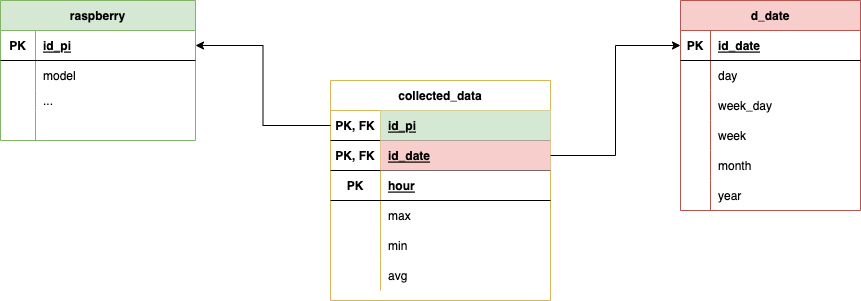
pedro-carmine/network-monitoring-raspberry keeps this draw.io diagram as database/star_schema.png. Above is the earlier version. Source tidied: cells renumbered, new cells last; positions are measured from the earlier drawing's top-left corner, leaving out a move shared by most shapes.
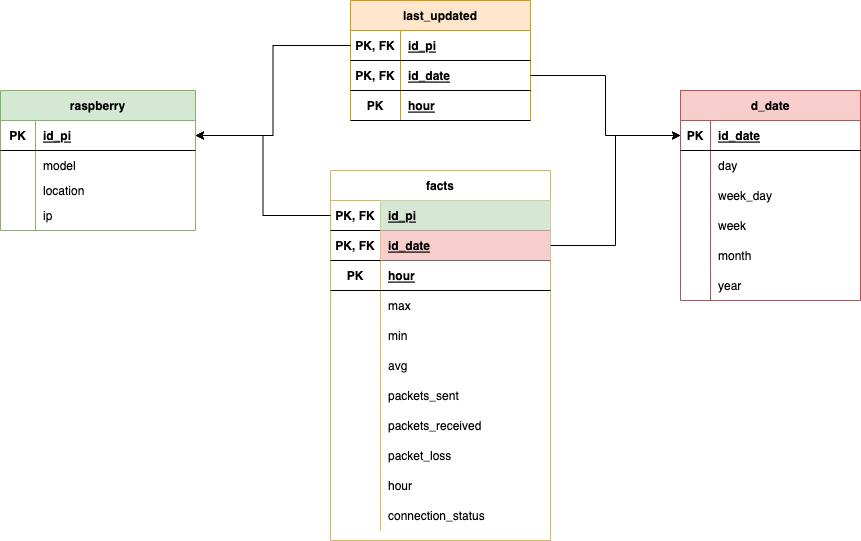
The same file after the commit.

Commit message:
updated database schema drawing

The edit, as a diff of the source:
```diff
@@ -17,9 +17,9 @@
     <mxCell id="6" style="shape=tableRow;horizontal=0;startSize=0;swimlaneHead=0;swimlaneBody=0;fillColor=none;top=0;left=0;right=0;bottom=0;" parent="2" vertex="1">
       <mxGeometry y="60" width="195" height="30" as="geometry" />
     </mxCell>
-    <mxCell id="7" style="shape=partialRectangle;fillColor=none;top=0;left=0;bottom=0;right=0;overflow=hidden;" parent="6" vertex="1">
-      <mxGeometry width="35" height="30" as="geometry" />
-    </mxCell>
+    <mxCell id="55" style="shape=partialRectangle;fillColor=none;top=0;left=0;bottom=0;right=0;overflow=hidden;" parent="6" vertex="1">
+      <mxGeometry width="35" height="30" as="geometry" />
+    </mxCell>
     <mxCell id="8" value="model" style="shape=partialRectangle;fillColor=none;top=0;left=0;bottom=0;right=0;align=left;spacingLeft=6;overflow=hidden;" parent="6" vertex="1">
       <mxGeometry x="35" width="160" height="30" as="geometry" />
     </mxCell>
@@ -29,18 +29,18 @@
     <mxCell id="10" style="shape=partialRectangle;fillColor=none;top=0;left=0;bottom=0;right=0;overflow=hidden;" parent="9" vertex="1">
       <mxGeometry width="35" height="20" as="geometry" />
     </mxCell>
-    <mxCell id="11" value="..." style="shape=partialRectangle;fillColor=none;top=0;left=0;bottom=0;right=0;align=left;spacingLeft=6;overflow=hidden;" parent="9" vertex="1">
-      <mxGeometry x="35" width="160" height="20" as="geometry" />
-    </mxCell>
+    <mxCell id="56" value="location" style="shape=partialRectangle;fillColor=none;top=0;left=0;bottom=0;right=0;align=left;spacingLeft=6;overflow=hidden;" parent="9" vertex="1">
+      <mxGeometry x="35" width="160" height="20" as="geometry" />
+    </mxCell>
     <mxCell id="12" style="shape=tableRow;horizontal=0;startSize=0;swimlaneHead=0;swimlaneBody=0;fillColor=none;top=0;left=0;right=0;bottom=0;" parent="2" vertex="1">
       <mxGeometry y="110" width="195" height="30" as="geometry" />
     </mxCell>
-    <mxCell id="13" style="shape=partialRectangle;fillColor=none;top=0;left=0;bottom=0;right=0;overflow=hidden;" parent="12" vertex="1">
-      <mxGeometry width="35" height="30" as="geometry" />
-    </mxCell>
-    <mxCell id="14" style="shape=partialRectangle;fillColor=none;top=0;left=0;bottom=0;right=0;align=left;spacingLeft=6;overflow=hidden;" parent="12" vertex="1">
-      <mxGeometry x="35" width="160" height="30" as="geometry" />
-    </mxCell>
+    <mxCell id="57" style="shape=partialRectangle;fillColor=none;top=0;left=0;bottom=0;right=0;overflow=hidden;" parent="12" vertex="1">
+      <mxGeometry width="35" height="30" as="geometry" />
+    </mxCell>
+    <mxCell id="58" value="ip" style="shape=partialRectangle;fillColor=none;top=0;left=0;bottom=0;right=0;align=left;spacingLeft=6;overflow=hidden;" parent="12" vertex="1">
+      <mxGeometry x="35" width="160" height="30" as="geometry" />
+    </mxCell>
     <mxCell id="15" value="d_date" style="shape=table;startSize=30;rowLines=0;fontStyle=1;align=center;fillColor=#f8cecc;strokeColor=#b85450;shadow=0;rounded=0;sketch=0;" parent="1" vertex="1">
       <mxGeometry x="680" width="180" height="210" as="geometry" />
     </mxCell>
@@ -56,70 +56,70 @@
     <mxCell id="19" style="shape=tableRow;horizontal=0;startSize=0;swimlaneHead=0;swimlaneBody=0;fillColor=none;top=0;left=0;right=0;bottom=0;" parent="15" vertex="1">
       <mxGeometry y="60" width="180" height="30" as="geometry" />
     </mxCell>
-    <mxCell id="20" style="shape=partialRectangle;fillColor=none;top=0;left=0;bottom=0;right=0;overflow=hidden;" parent="19" vertex="1">
-      <mxGeometry width="30" height="30" as="geometry" />
-    </mxCell>
+    <mxCell id="59" style="shape=partialRectangle;fillColor=none;top=0;left=0;bottom=0;right=0;overflow=hidden;" parent="19" vertex="1">
+      <mxGeometry width="30" height="30" as="geometry" />
+    </mxCell>
     <mxCell id="21" value="day" style="shape=partialRectangle;fillColor=none;top=0;left=0;bottom=0;right=0;align=left;spacingLeft=6;overflow=hidden;" parent="19" vertex="1">
       <mxGeometry x="30" width="150" height="30" as="geometry" />
     </mxCell>
     <mxCell id="22" style="shape=tableRow;horizontal=0;startSize=0;swimlaneHead=0;swimlaneBody=0;fillColor=none;top=0;left=0;right=0;bottom=0;" parent="15" vertex="1">
       <mxGeometry y="90" width="180" height="30" as="geometry" />
     </mxCell>
-    <mxCell id="23" style="shape=partialRectangle;fillColor=none;top=0;left=0;bottom=0;right=0;overflow=hidden;" parent="22" vertex="1">
-      <mxGeometry width="30" height="30" as="geometry" />
-    </mxCell>
+    <mxCell id="60" style="shape=partialRectangle;fillColor=none;top=0;left=0;bottom=0;right=0;overflow=hidden;" parent="22" vertex="1">
+      <mxGeometry width="30" height="30" as="geometry" />
+    </mxCell>
     <mxCell id="24" value="week_day" style="shape=partialRectangle;fillColor=none;top=0;left=0;bottom=0;right=0;align=left;spacingLeft=6;overflow=hidden;strokeColor=#d6b656;" parent="22" vertex="1">
       <mxGeometry x="30" width="150" height="30" as="geometry" />
     </mxCell>
     <mxCell id="25" style="shape=tableRow;horizontal=0;startSize=0;swimlaneHead=0;swimlaneBody=0;fillColor=none;top=0;left=0;right=0;bottom=0;" parent="15" vertex="1">
       <mxGeometry y="120" width="180" height="30" as="geometry" />
     </mxCell>
-    <mxCell id="26" style="shape=partialRectangle;fillColor=none;top=0;left=0;bottom=0;right=0;overflow=hidden;" parent="25" vertex="1">
-      <mxGeometry width="30" height="30" as="geometry" />
-    </mxCell>
+    <mxCell id="61" style="shape=partialRectangle;fillColor=none;top=0;left=0;bottom=0;right=0;overflow=hidden;" parent="25" vertex="1">
+      <mxGeometry width="30" height="30" as="geometry" />
+    </mxCell>
     <mxCell id="27" value="week" style="shape=partialRectangle;fillColor=none;top=0;left=0;bottom=0;right=0;align=left;spacingLeft=6;overflow=hidden;" parent="25" vertex="1">
       <mxGeometry x="30" width="150" height="30" as="geometry" />
     </mxCell>
     <mxCell id="28" style="shape=tableRow;horizontal=0;startSize=0;swimlaneHead=0;swimlaneBody=0;fillColor=none;top=0;left=0;right=0;bottom=0;" parent="15" vertex="1">
       <mxGeometry y="150" width="180" height="30" as="geometry" />
     </mxCell>
-    <mxCell id="29" style="shape=partialRectangle;fillColor=none;top=0;left=0;bottom=0;right=0;overflow=hidden;" parent="28" vertex="1">
-      <mxGeometry width="30" height="30" as="geometry" />
-    </mxCell>
+    <mxCell id="62" style="shape=partialRectangle;fillColor=none;top=0;left=0;bottom=0;right=0;overflow=hidden;" parent="28" vertex="1">
+      <mxGeometry width="30" height="30" as="geometry" />
+    </mxCell>
     <mxCell id="30" value="month" style="shape=partialRectangle;fillColor=none;top=0;left=0;bottom=0;right=0;align=left;spacingLeft=6;overflow=hidden;" parent="28" vertex="1">
       <mxGeometry x="30" width="150" height="30" as="geometry" />
     </mxCell>
     <mxCell id="31" style="shape=tableRow;horizontal=0;startSize=0;swimlaneHead=0;swimlaneBody=0;fillColor=none;top=0;left=0;right=0;bottom=0;" parent="15" vertex="1">
       <mxGeometry y="180" width="180" height="30" as="geometry" />
     </mxCell>
-    <mxCell id="32" style="shape=partialRectangle;fillColor=none;top=0;left=0;bottom=0;right=0;overflow=hidden;" parent="31" vertex="1">
-      <mxGeometry width="30" height="30" as="geometry" />
-    </mxCell>
+    <mxCell id="63" style="shape=partialRectangle;fillColor=none;top=0;left=0;bottom=0;right=0;overflow=hidden;" parent="31" vertex="1">
+      <mxGeometry width="30" height="30" as="geometry" />
+    </mxCell>
     <mxCell id="33" value="year" style="shape=partialRectangle;fillColor=none;top=0;left=0;bottom=0;right=0;align=left;spacingLeft=6;overflow=hidden;" parent="31" vertex="1">
       <mxGeometry x="30" width="150" height="30" as="geometry" />
     </mxCell>
-    <mxCell id="34" value="collected_data" style="shape=table;startSize=30;rowLines=0;fontStyle=1;align=center;rounded=0;shadow=0;sketch=0;fillColor=none;strokeColor=#d6b656;" parent="1" vertex="1">
-      <mxGeometry x="330" y="80" width="220" height="220" as="geometry" />
-    </mxCell>
+    <mxCell id="64" value="facts" style="shape=table;startSize=30;rowLines=0;fontStyle=1;align=center;rounded=0;shadow=0;sketch=0;fillColor=none;strokeColor=#d6b656;" parent="1" vertex="1">
+      <mxGeometry x="330" y="80" width="220" height="370" as="geometry" />
+    </mxCell>
-    <mxCell id="35" style="shape=tableRow;horizontal=0;startSize=0;swimlaneHead=0;swimlaneBody=0;fillColor=none;points=[[0,0.5],[1,0.5]];portConstraint=eastwest;top=0;left=0;right=0;bottom=1;rounded=0;shadow=0;sketch=0;" parent="34" vertex="1">
+    <mxCell id="35" style="shape=tableRow;horizontal=0;startSize=0;swimlaneHead=0;swimlaneBody=0;fillColor=none;points=[[0,0.5],[1,0.5]];portConstraint=eastwest;top=0;left=0;right=0;bottom=1;rounded=0;shadow=0;sketch=0;" parent="64" vertex="1">
       <mxGeometry y="30" width="220" height="30" as="geometry" />
     </mxCell>
-    <mxCell id="36" value="PK, FK" style="shape=partialRectangle;fillColor=none;top=0;left=0;bottom=0;right=0;fontStyle=1;overflow=hidden;rounded=0;shadow=0;sketch=0;" parent="35" vertex="1">
-      <mxGeometry width="50" height="30" as="geometry" />
-    </mxCell>
+    <mxCell id="65" value="PK, FK" style="shape=partialRectangle;fillColor=none;top=0;left=0;bottom=0;right=0;fontStyle=1;overflow=hidden;rounded=0;shadow=0;sketch=0;" parent="35" vertex="1">
+      <mxGeometry width="50" height="30" as="geometry" />
+    </mxCell>
     <mxCell id="37" value="id_pi" style="shape=partialRectangle;fillColor=#d5e8d4;top=0;left=0;bottom=0;right=0;align=left;spacingLeft=6;fontStyle=5;overflow=hidden;rounded=0;shadow=0;sketch=0;strokeColor=#82b366;" parent="35" vertex="1">
       <mxGeometry x="50" width="170" height="30" as="geometry" />
     </mxCell>
-    <mxCell id="38" style="shape=tableRow;horizontal=0;startSize=0;swimlaneHead=0;swimlaneBody=0;fillColor=none;points=[[0,0.5],[1,0.5]];portConstraint=eastwest;top=0;left=0;right=0;bottom=1;rounded=0;shadow=0;sketch=0;" parent="34" vertex="1">
+    <mxCell id="38" style="shape=tableRow;horizontal=0;startSize=0;swimlaneHead=0;swimlaneBody=0;fillColor=none;points=[[0,0.5],[1,0.5]];portConstraint=eastwest;top=0;left=0;right=0;bottom=1;rounded=0;shadow=0;sketch=0;" parent="64" vertex="1">
       <mxGeometry y="60" width="220" height="30" as="geometry" />
     </mxCell>
-    <mxCell id="39" value="PK, FK" style="shape=partialRectangle;fillColor=none;top=0;left=0;bottom=0;right=0;fontStyle=1;overflow=hidden;rounded=0;shadow=0;sketch=0;" parent="38" vertex="1">
-      <mxGeometry width="50" height="30" as="geometry" />
-    </mxCell>
+    <mxCell id="66" value="PK, FK" style="shape=partialRectangle;fillColor=none;top=0;left=0;bottom=0;right=0;fontStyle=1;overflow=hidden;rounded=0;shadow=0;sketch=0;" parent="38" vertex="1">
+      <mxGeometry width="50" height="30" as="geometry" />
+    </mxCell>
     <mxCell id="40" value="id_date" style="shape=partialRectangle;fillColor=#f8cecc;top=0;left=0;bottom=0;right=0;align=left;spacingLeft=6;fontStyle=5;overflow=hidden;rounded=0;shadow=0;sketch=0;strokeColor=#b85450;" parent="38" vertex="1">
       <mxGeometry x="50" width="170" height="30" as="geometry" />
     </mxCell>
-    <mxCell id="41" style="shape=tableRow;horizontal=0;startSize=0;swimlaneHead=0;swimlaneBody=0;fillColor=none;top=0;left=0;right=0;bottom=1;rounded=0;shadow=0;sketch=0;" parent="34" vertex="1">
+    <mxCell id="41" style="shape=tableRow;horizontal=0;startSize=0;swimlaneHead=0;swimlaneBody=0;fillColor=none;top=0;left=0;right=0;bottom=1;rounded=0;shadow=0;sketch=0;" parent="64" vertex="1">
       <mxGeometry y="90" width="220" height="30" as="geometry" />
     </mxCell>
     <mxCell id="42" value="PK" style="shape=partialRectangle;fillColor=none;top=0;left=0;bottom=0;right=0;fontStyle=1;overflow=hidden;rounded=0;shadow=0;sketch=0;" parent="41" vertex="1">
@@ -128,38 +128,119 @@
     <mxCell id="43" value="hour" style="shape=partialRectangle;fillColor=none;top=0;left=0;bottom=0;right=0;align=left;spacingLeft=6;fontStyle=5;overflow=hidden;rounded=0;shadow=0;sketch=0;" parent="41" vertex="1">
       <mxGeometry x="50" width="170" height="30" as="geometry" />
     </mxCell>
-    <mxCell id="44" style="shape=tableRow;horizontal=0;startSize=0;swimlaneHead=0;swimlaneBody=0;fillColor=none;top=0;left=0;right=0;bottom=0;rounded=0;shadow=0;sketch=0;" parent="34" vertex="1">
+    <mxCell id="44" style="shape=tableRow;horizontal=0;startSize=0;swimlaneHead=0;swimlaneBody=0;fillColor=none;top=0;left=0;right=0;bottom=0;rounded=0;shadow=0;sketch=0;" parent="64" vertex="1">
       <mxGeometry y="120" width="220" height="30" as="geometry" />
     </mxCell>
-    <mxCell id="45" style="shape=partialRectangle;fillColor=none;top=0;left=0;bottom=0;right=0;overflow=hidden;rounded=0;shadow=0;sketch=0;" parent="44" vertex="1">
-      <mxGeometry width="50" height="30" as="geometry" />
-    </mxCell>
+    <mxCell id="67" style="shape=partialRectangle;fillColor=none;top=0;left=0;bottom=0;right=0;overflow=hidden;rounded=0;shadow=0;sketch=0;" parent="44" vertex="1">
+      <mxGeometry width="50" height="30" as="geometry" />
+    </mxCell>
     <mxCell id="46" value="max" style="shape=partialRectangle;fillColor=none;top=0;left=0;bottom=0;right=0;align=left;spacingLeft=6;overflow=hidden;rounded=0;shadow=0;sketch=0;" parent="44" vertex="1">
       <mxGeometry x="50" width="170" height="30" as="geometry" />
     </mxCell>
-    <mxCell id="47" style="shape=tableRow;horizontal=0;startSize=0;swimlaneHead=0;swimlaneBody=0;fillColor=none;top=0;left=0;right=0;bottom=0;rounded=0;shadow=0;sketch=0;" parent="34" vertex="1">
+    <mxCell id="47" style="shape=tableRow;horizontal=0;startSize=0;swimlaneHead=0;swimlaneBody=0;fillColor=none;top=0;left=0;right=0;bottom=0;rounded=0;shadow=0;sketch=0;" parent="64" vertex="1">
       <mxGeometry y="150" width="220" height="30" as="geometry" />
     </mxCell>
-    <mxCell id="48" style="shape=partialRectangle;fillColor=none;top=0;left=0;bottom=0;right=0;overflow=hidden;rounded=0;shadow=0;sketch=0;" parent="47" vertex="1">
-      <mxGeometry width="50" height="30" as="geometry" />
-    </mxCell>
+    <mxCell id="68" style="shape=partialRectangle;fillColor=none;top=0;left=0;bottom=0;right=0;overflow=hidden;rounded=0;shadow=0;sketch=0;" parent="47" vertex="1">
+      <mxGeometry width="50" height="30" as="geometry" />
+    </mxCell>
     <mxCell id="49" value="min" style="shape=partialRectangle;fillColor=none;top=0;left=0;bottom=0;right=0;align=left;spacingLeft=6;overflow=hidden;rounded=0;shadow=0;sketch=0;" parent="47" vertex="1">
       <mxGeometry x="50" width="170" height="30" as="geometry" />
     </mxCell>
-    <mxCell id="50" style="shape=tableRow;horizontal=0;startSize=0;swimlaneHead=0;swimlaneBody=0;fillColor=none;top=0;left=0;right=0;bottom=0;rounded=0;shadow=0;sketch=0;" parent="34" vertex="1">
+    <mxCell id="50" style="shape=tableRow;horizontal=0;startSize=0;swimlaneHead=0;swimlaneBody=0;fillColor=none;top=0;left=0;right=0;bottom=0;rounded=0;shadow=0;sketch=0;" parent="64" vertex="1">
       <mxGeometry y="180" width="220" height="30" as="geometry" />
     </mxCell>
-    <mxCell id="51" style="shape=partialRectangle;fillColor=none;top=0;left=0;bottom=0;right=0;overflow=hidden;rounded=0;shadow=0;sketch=0;" parent="50" vertex="1">
-      <mxGeometry width="50" height="30" as="geometry" />
-    </mxCell>
+    <mxCell id="69" style="shape=partialRectangle;fillColor=none;top=0;left=0;bottom=0;right=0;overflow=hidden;rounded=0;shadow=0;sketch=0;" parent="50" vertex="1">
+      <mxGeometry width="50" height="30" as="geometry" />
+    </mxCell>
     <mxCell id="52" value="avg" style="shape=partialRectangle;fillColor=none;top=0;left=0;bottom=0;right=0;align=left;spacingLeft=6;overflow=hidden;rounded=0;shadow=0;sketch=0;" parent="50" vertex="1">
       <mxGeometry x="50" width="170" height="30" as="geometry" />
     </mxCell>
+    <mxCell id="70" style="shape=tableRow;horizontal=0;startSize=0;swimlaneHead=0;swimlaneBody=0;fillColor=none;top=0;left=0;right=0;bottom=0;" parent="64" vertex="1">
+      <mxGeometry y="210" width="220" height="30" as="geometry" />
+    </mxCell>
+    <mxCell id="71" style="shape=partialRectangle;fillColor=none;top=0;left=0;bottom=0;right=0;overflow=hidden;" parent="70" vertex="1">
+      <mxGeometry width="50" height="30" as="geometry" />
+    </mxCell>
+    <mxCell id="72" value="packets_sent" style="shape=partialRectangle;fillColor=none;top=0;left=0;bottom=0;right=0;align=left;spacingLeft=6;overflow=hidden;" parent="70" vertex="1">
+      <mxGeometry x="50" width="170" height="30" as="geometry" />
+    </mxCell>
+    <mxCell id="73" style="shape=tableRow;horizontal=0;startSize=0;swimlaneHead=0;swimlaneBody=0;fillColor=none;top=0;left=0;right=0;bottom=0;" parent="64" vertex="1">
+      <mxGeometry y="240" width="220" height="30" as="geometry" />
+    </mxCell>
+    <mxCell id="74" style="shape=partialRectangle;fillColor=none;top=0;left=0;bottom=0;right=0;overflow=hidden;" parent="73" vertex="1">
+      <mxGeometry width="50" height="30" as="geometry" />
+    </mxCell>
+    <mxCell id="75" value="packets_received" style="shape=partialRectangle;fillColor=none;top=0;left=0;bottom=0;right=0;align=left;spacingLeft=6;overflow=hidden;" parent="73" vertex="1">
+      <mxGeometry x="50" width="170" height="30" as="geometry" />
+    </mxCell>
+    <mxCell id="76" style="shape=tableRow;horizontal=0;startSize=0;swimlaneHead=0;swimlaneBody=0;fillColor=none;top=0;left=0;right=0;bottom=0;" parent="64" vertex="1">
+      <mxGeometry y="270" width="220" height="30" as="geometry" />
+    </mxCell>
+    <mxCell id="77" style="shape=partialRectangle;fillColor=none;top=0;left=0;bottom=0;right=0;overflow=hidden;" parent="76" vertex="1">
+      <mxGeometry width="50" height="30" as="geometry" />
+    </mxCell>
+    <mxCell id="78" value="packet_loss" style="shape=partialRectangle;fillColor=none;top=0;left=0;bottom=0;right=0;align=left;spacingLeft=6;overflow=hidden;" parent="76" vertex="1">
+      <mxGeometry x="50" width="170" height="30" as="geometry" />
+    </mxCell>
+    <mxCell id="79" style="shape=tableRow;horizontal=0;startSize=0;swimlaneHead=0;swimlaneBody=0;fillColor=none;top=0;left=0;right=0;bottom=0;" parent="64" vertex="1">
+      <mxGeometry y="300" width="220" height="30" as="geometry" />
+    </mxCell>
+    <mxCell id="80" style="shape=partialRectangle;fillColor=none;top=0;left=0;bottom=0;right=0;overflow=hidden;" parent="79" vertex="1">
+      <mxGeometry width="50" height="30" as="geometry" />
+    </mxCell>
+    <mxCell id="81" value="hour" style="shape=partialRectangle;fillColor=none;top=0;left=0;bottom=0;right=0;align=left;spacingLeft=6;overflow=hidden;" parent="79" vertex="1">
+      <mxGeometry x="50" width="170" height="30" as="geometry" />
+    </mxCell>
+    <mxCell id="82" style="shape=tableRow;horizontal=0;startSize=0;swimlaneHead=0;swimlaneBody=0;fillColor=none;top=0;left=0;right=0;bottom=0;" parent="64" vertex="1">
+      <mxGeometry y="330" width="220" height="30" as="geometry" />
+    </mxCell>
+    <mxCell id="83" style="shape=partialRectangle;fillColor=none;top=0;left=0;bottom=0;right=0;overflow=hidden;" parent="82" vertex="1">
+      <mxGeometry width="50" height="30" as="geometry" />
+    </mxCell>
+    <mxCell id="84" value="connection_status" style="shape=partialRectangle;fillColor=none;top=0;left=0;bottom=0;right=0;align=left;spacingLeft=6;overflow=hidden;" parent="82" vertex="1">
+      <mxGeometry x="50" width="170" height="30" as="geometry" />
+    </mxCell>
     <mxCell id="53" style="edgeStyle=orthogonalEdgeStyle;rounded=0;jettySize=auto;html=1;exitX=0;exitY=0.5;exitDx=0;exitDy=0;entryX=1;entryY=0.5;entryDx=0;entryDy=0;" parent="1" edge="1" source="35" target="3">
       <mxGeometry relative="1" as="geometry" />
     </mxCell>
     <mxCell id="54" style="edgeStyle=orthogonalEdgeStyle;rounded=0;jettySize=auto;html=1;exitX=1;exitY=0.5;exitDx=0;exitDy=0;entryX=0;entryY=0.5;entryDx=0;entryDy=0;" parent="1" edge="1" source="38" target="16">
       <mxGeometry relative="1" as="geometry" />
     </mxCell>
+    <mxCell id="85" value="last_updated" style="shape=table;startSize=30;rowLines=0;fontStyle=1;align=center;strokeColor=#d79b00;columnLines=1;resizeLastRow=0;fillColor=#ffe6cc;" parent="1" vertex="1">
+      <mxGeometry x="350" y="-90" width="180" height="120" as="geometry" />
+    </mxCell>
+    <mxCell id="86" style="shape=tableRow;horizontal=0;startSize=0;swimlaneHead=0;swimlaneBody=0;fillColor=none;points=[[0,0.5],[1,0.5]];portConstraint=eastwest;top=0;left=0;right=0;bottom=1;strokeColor=default;" parent="85" vertex="1">
+      <mxGeometry y="30" width="180" height="30" as="geometry" />
+    </mxCell>
+    <mxCell id="87" value="PK, FK" style="shape=partialRectangle;fillColor=none;top=0;left=0;bottom=0;right=0;fontStyle=1;overflow=hidden;strokeColor=default;" parent="86" vertex="1">
+      <mxGeometry width="50" height="30" as="geometry" />
+    </mxCell>
+    <mxCell id="88" value="id_pi" style="shape=partialRectangle;fillColor=none;top=0;left=0;bottom=0;right=0;align=left;spacingLeft=6;fontStyle=5;overflow=hidden;strokeColor=default;" parent="86" vertex="1">
+      <mxGeometry x="50" width="130" height="30" as="geometry" />
+    </mxCell>
+    <mxCell id="89" style="shape=tableRow;horizontal=0;startSize=0;swimlaneHead=0;swimlaneBody=0;fillColor=none;points=[[0,0.5],[1,0.5]];portConstraint=eastwest;top=0;left=0;right=0;bottom=1;strokeColor=default;" parent="85" vertex="1">
+      <mxGeometry y="60" width="180" height="30" as="geometry" />
+    </mxCell>
+    <mxCell id="90" value="PK, FK" style="shape=partialRectangle;fillColor=none;top=0;left=0;bottom=0;right=0;fontStyle=1;overflow=hidden;strokeColor=default;" parent="89" vertex="1">
+      <mxGeometry width="50" height="30" as="geometry" />
+    </mxCell>
+    <mxCell id="91" value="id_date" style="shape=partialRectangle;fillColor=none;top=0;left=0;bottom=0;right=0;align=left;spacingLeft=6;fontStyle=5;overflow=hidden;strokeColor=default;" parent="89" vertex="1">
+      <mxGeometry x="50" width="130" height="30" as="geometry" />
+    </mxCell>
+    <mxCell id="92" style="shape=tableRow;horizontal=0;startSize=0;swimlaneHead=0;swimlaneBody=0;fillColor=none;top=0;left=0;right=0;bottom=1;strokeColor=default;" parent="85" vertex="1">
+      <mxGeometry y="90" width="180" height="30" as="geometry" />
+    </mxCell>
+    <mxCell id="93" value="PK" style="shape=partialRectangle;fillColor=none;top=0;left=0;bottom=0;right=0;fontStyle=1;overflow=hidden;strokeColor=default;" parent="92" vertex="1">
+      <mxGeometry width="50" height="30" as="geometry" />
+    </mxCell>
+    <mxCell id="94" value="hour" style="shape=partialRectangle;fillColor=none;top=0;left=0;bottom=0;right=0;align=left;spacingLeft=6;fontStyle=5;overflow=hidden;strokeColor=default;" parent="92" vertex="1">
+      <mxGeometry x="50" width="130" height="30" as="geometry" />
+    </mxCell>
+    <mxCell id="95" style="edgeStyle=orthogonalEdgeStyle;rounded=0;jettySize=auto;html=1;exitX=0;exitY=0.5;exitDx=0;exitDy=0;entryX=1;entryY=0.5;entryDx=0;entryDy=0;" parent="1" edge="1" source="86" target="3">
+      <mxGeometry relative="1" as="geometry" />
+    </mxCell>
+    <mxCell id="96" style="edgeStyle=orthogonalEdgeStyle;rounded=0;jettySize=auto;html=1;exitX=1;exitY=0.5;exitDx=0;exitDy=0;entryX=0;entryY=0.5;entryDx=0;entryDy=0;" parent="1" edge="1" source="89" target="16">
+      <mxGeometry relative="1" as="geometry" />
+    </mxCell>
   </root>
 </mxGraphModel>
```
